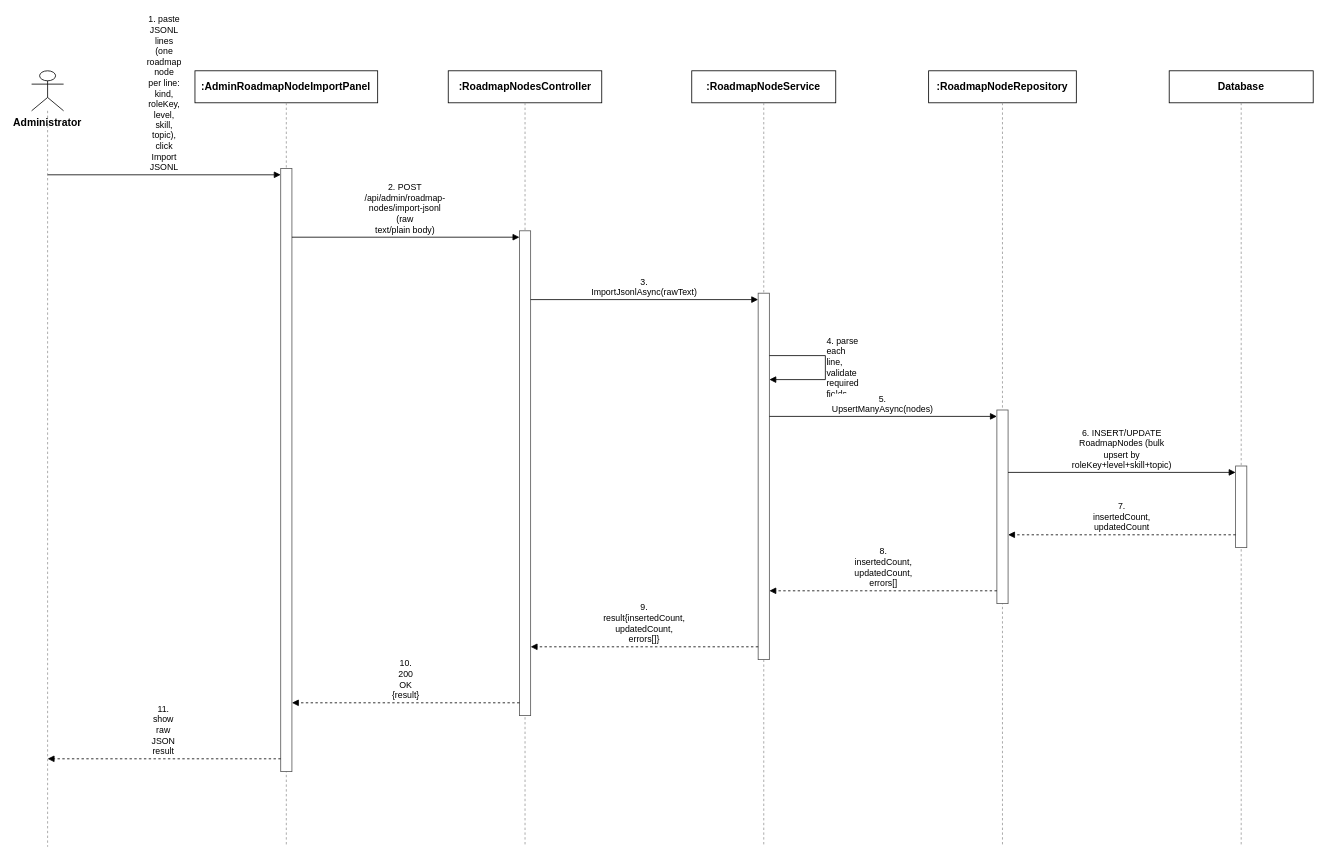
The draw.io diagram docs/qa/Nam_SequenceDiagram/Report4_SequenceDiagram_KnowledgeBaseManagement_AdminRoadmapNodeImport.drawio in tulklk/AI_Interview_Question_Generation_RAG_LLM_FE, before the edit. Source tidied: cells renumbered, new cells numbered last; positions are measured from the earlier drawing's top-left corner, leaving out a move shared by most shapes. Both pictures are drawn from the tidied source at 80%, with x=0, y=0 at pixel (31, 70).
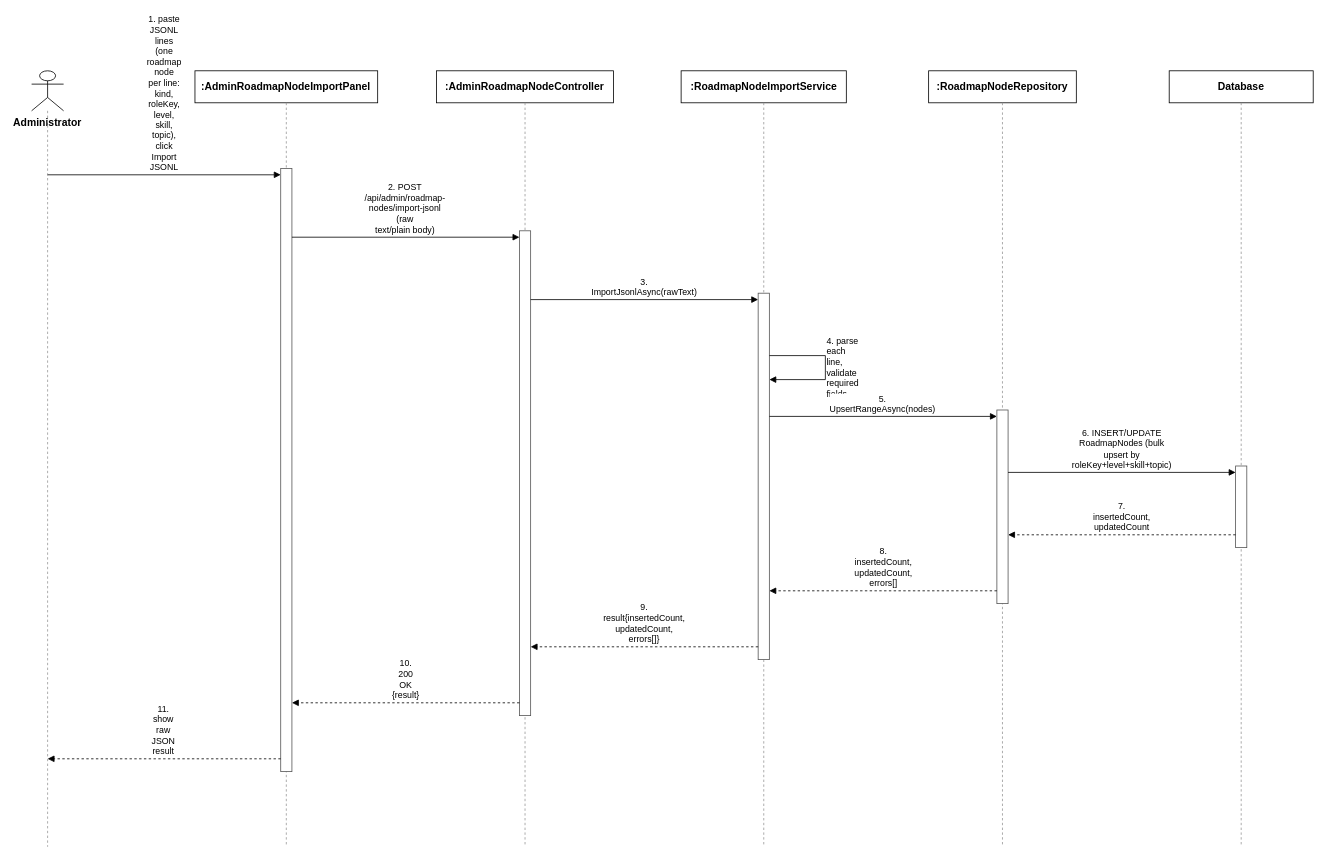
Above is the later version.

What changed in the source:
```diff
@@
-    <mxCell id="6" value=":RoadmapNodesController" style="rounded=0;whiteSpace=wrap;html=1;fontSize=13;fillColor=#ffffff;strokeColor=#000000;fontStyle=1;" parent="1" vertex="1">
-      <mxGeometry x="520.8" width="191.9" height="40" as="geometry" />
+    <mxCell id="6" value=":AdminRoadmapNodeController" style="rounded=0;whiteSpace=wrap;html=1;fontSize=13;fillColor=#ffffff;strokeColor=#000000;fontStyle=1;" parent="1" vertex="1">
+      <mxGeometry x="506.2" width="221.1" height="40" as="geometry" />
     </mxCell>
@@
-    <mxCell id="8" value=":RoadmapNodeService" style="rounded=0;whiteSpace=wrap;html=1;fontSize=13;fillColor=#ffffff;strokeColor=#000000;fontStyle=1;" parent="1" vertex="1">
-      <mxGeometry x="825.2" width="180" height="40" as="geometry" />
+    <mxCell id="8" value=":RoadmapNodeImportService" style="rounded=0;whiteSpace=wrap;html=1;fontSize=13;fillColor=#ffffff;strokeColor=#000000;fontStyle=1;" parent="1" vertex="1">
+      <mxGeometry x="811.9" width="206.5" height="40" as="geometry" />
     </mxCell>
@@
-    <mxCell id="23" value="5. UpsertManyAsync(nodes)" style="endArrow=block;endFill=1;html=1;whiteSpace=wrap;fontSize=11;align=center;verticalAlign=bottom;labelBackgroundColor=#ffffff;strokeColor=#000000;" parent="1" edge="1">
+    <mxCell id="23" value="5. UpsertRangeAsync(nodes)" style="endArrow=block;endFill=1;html=1;whiteSpace=wrap;fontSize=11;align=center;verticalAlign=bottom;labelBackgroundColor=#ffffff;strokeColor=#000000;" parent="1" edge="1">
       <mxGeometry relative="1" as="geometry">
         <mxPoint x="922.2" y="432" as="sourcePoint" />
         <mxPoint x="1206.6" y="432" as="targetPoint" />
       </mxGeometry>
     </mxCell>
```
